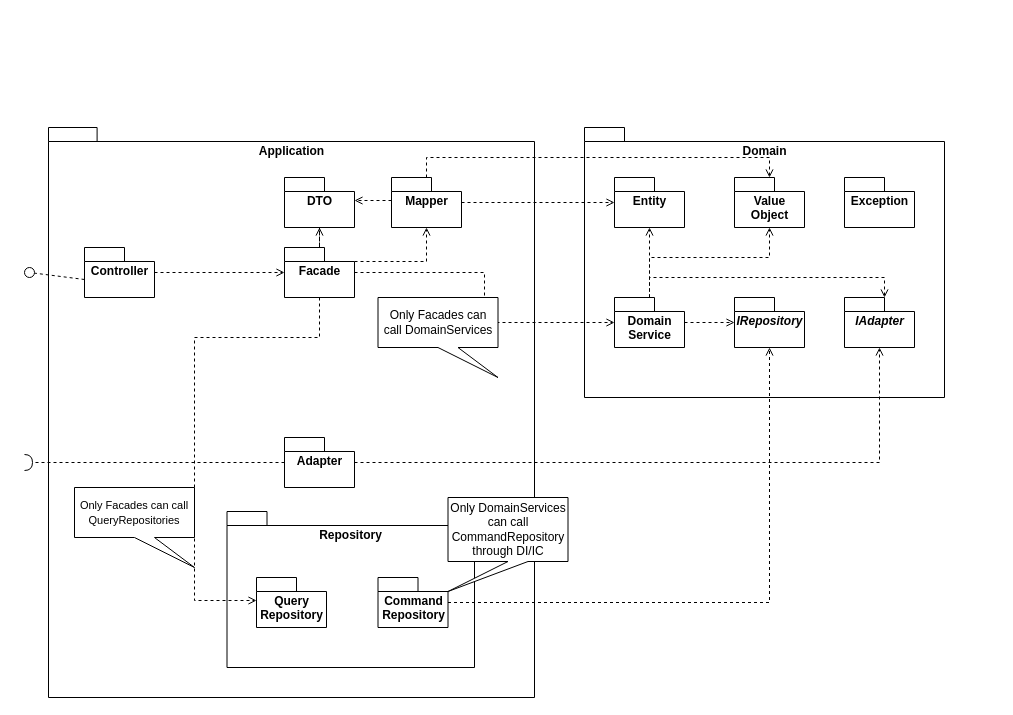
Above: doc/Layers.drawio in ajleandroaj/house-bills (draw.io), before the change. Source tidied: cells renumbered, new cells numbered last; positions are measured from the earlier drawing's top-left corner, leaving out a move shared by most shapes. Both pictures are drawn from the tidied source at 100%, with x=0, y=0 at pixel (24, 127).
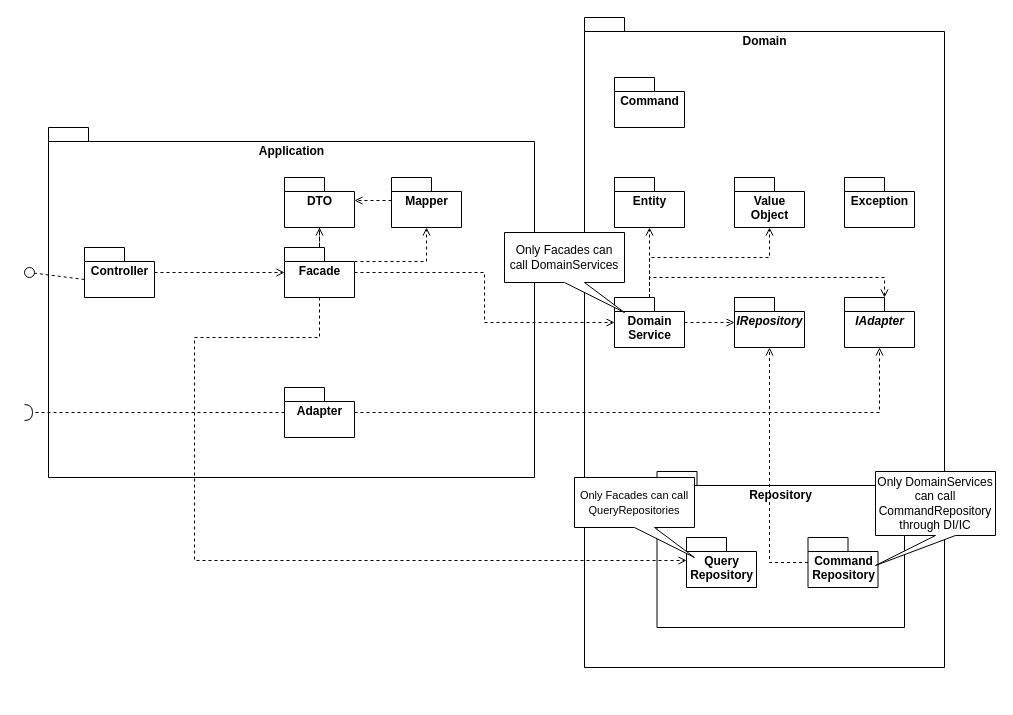
The same diagram, later.

The change refers to these unchanged cells:
```xml
<mxCell id="9" value="Facade" style="shape=folder;fontStyle=1;spacingTop=10;tabWidth=40;tabHeight=14;tabPosition=left;html=1;verticalAlign=top;" parent="1" vertex="1">
  <mxGeometry x="260" y="120" width="70" height="50" as="geometry" />
</mxCell>
<mxCell id="12" value="Mapper" style="shape=folder;fontStyle=1;spacingTop=10;tabWidth=40;tabHeight=14;tabPosition=left;html=1;verticalAlign=top;" parent="1" vertex="1">
  <mxGeometry x="367" y="50" width="70" height="50" as="geometry" />
</mxCell>
<mxCell id="18" value="Entity" style="shape=folder;fontStyle=1;spacingTop=10;tabWidth=40;tabHeight=14;tabPosition=left;html=1;verticalAlign=top;" parent="1" vertex="1">
  <mxGeometry x="590" y="50" width="70" height="50" as="geometry" />
</mxCell>
<mxCell id="19" value="Value&lt;br&gt;Object" style="shape=folder;fontStyle=1;spacingTop=10;tabWidth=40;tabHeight=14;tabPosition=left;html=1;verticalAlign=top;" parent="1" vertex="1">
  <mxGeometry x="710" y="50" width="70" height="50" as="geometry" />
</mxCell>
```

Diff of the diagram source:
```diff
@@
     <mxCell id="2" value="Domain" style="shape=folder;fontStyle=1;spacingTop=10;tabWidth=40;tabHeight=14;tabPosition=left;html=1;verticalAlign=top;" parent="1" vertex="1">
-      <mxGeometry x="560" width="360" height="270" as="geometry" />
+      <mxGeometry x="560" y="-110" width="360" height="650" as="geometry" />
     </mxCell>
     <mxCell id="3" value="Application" style="shape=folder;fontStyle=1;spacingTop=10;tabWidth=40;tabHeight=14;tabPosition=left;html=1;verticalAlign=top;" parent="1" vertex="1">
-      <mxGeometry x="24" width="486" height="570" as="geometry" />
+      <mxGeometry x="24" width="486" height="350" as="geometry" />
     </mxCell>
@@
-    <mxCell id="11" style="edgeStyle=orthogonalEdgeStyle;rounded=0;jettySize=auto;html=1;dashed=1;endArrow=open;endFill=0;" parent="1" edge="1" source="12" target="19">
-      <mxGeometry relative="1" as="geometry">
-        <Array as="points">
-          <mxPoint x="402" y="30" />
-          <mxPoint x="745" y="30" />
-        </Array>
-      </mxGeometry>
-    </mxCell>
@@
     <mxCell id="23" value="Adapter" style="shape=folder;fontStyle=1;spacingTop=10;tabWidth=40;tabHeight=14;tabPosition=left;html=1;verticalAlign=top;" parent="1" vertex="1">
-      <mxGeometry x="260" y="310" width="70" height="50" as="geometry" />
+      <mxGeometry x="260" y="260" width="70" height="50" as="geometry" />
     </mxCell>
     <mxCell id="24" value="Repository" style="shape=folder;fontStyle=1;spacingTop=10;tabWidth=40;tabHeight=14;tabPosition=left;html=1;verticalAlign=top;" parent="1" vertex="1">
-      <mxGeometry x="202.5" y="384" width="247.5" height="156" as="geometry" />
+      <mxGeometry x="632.5" y="344" width="247.5" height="156" as="geometry" />
     </mxCell>
@@
     <mxCell id="26" value="Command&lt;br&gt;Repository" style="shape=folder;fontStyle=1;spacingTop=10;tabWidth=40;tabHeight=14;tabPosition=left;html=1;verticalAlign=top;" parent="1" vertex="1">
-      <mxGeometry x="353.5" y="450" width="70" height="50" as="geometry" />
+      <mxGeometry x="783.5" y="410" width="70" height="50" as="geometry" />
     </mxCell>
     <mxCell id="27" value="Query&lt;br&gt;Repository" style="shape=folder;fontStyle=1;spacingTop=10;tabWidth=40;tabHeight=14;tabPosition=left;html=1;verticalAlign=top;" parent="1" vertex="1">
-      <mxGeometry x="232" y="450" width="70" height="50" as="geometry" />
+      <mxGeometry x="662" y="410" width="70" height="50" as="geometry" />
     </mxCell>
@@
     <mxCell id="29" style="edgeStyle=orthogonalEdgeStyle;rounded=0;jettySize=auto;html=1;entryX=0;entryY=0;entryDx=0;entryDy=23;entryPerimeter=0;dashed=1;endArrow=open;endFill=0;fillColor=#d5e8d4;strokeColor=#000000;" parent="1" edge="1" source="9" target="27">
       <mxGeometry relative="1" as="geometry">
         <Array as="points">
           <mxPoint x="295" y="210" />
           <mxPoint x="170" y="210" />
-          <mxPoint x="170" y="473" />
+          <mxPoint x="170" y="433" />
         </Array>
       </mxGeometry>
     </mxCell>
     <mxCell id="30" style="rounded=0;jettySize=auto;html=1;endArrow=halfCircle;endFill=0;endSize=6;strokeWidth=1;sketch=0;dashed=1;" parent="1" edge="1" source="23">
       <mxGeometry relative="1" as="geometry">
-        <mxPoint y="335" as="targetPoint" />
+        <mxPoint y="285" as="targetPoint" />
       </mxGeometry>
     </mxCell>
@@
-    <mxCell id="33" style="edgeStyle=orthogonalEdgeStyle;rounded=0;jettySize=auto;html=1;dashed=1;endArrow=open;endFill=0;" parent="1" edge="1" source="12" target="18">
-      <mxGeometry relative="1" as="geometry" />
-    </mxCell>
     <mxCell id="34" value="&lt;span style=&quot;font-size: 11px ; background-color: rgb(255 , 255 , 255)&quot;&gt;Only Facades can call&lt;/span&gt;&lt;br style=&quot;font-size: 11px&quot;&gt;&lt;span style=&quot;font-size: 11px ; background-color: rgb(255 , 255 , 255)&quot;&gt;QueryRepositories&lt;/span&gt;" style="shape=callout;whiteSpace=wrap;html=1;perimeter=calloutPerimeter;position2=1;" parent="1" vertex="1">
-      <mxGeometry x="50" y="360" width="120" height="80" as="geometry" />
+      <mxGeometry x="550" y="350" width="120" height="80" as="geometry" />
     </mxCell>
     <mxCell id="35" value="Only DomainServices can call CommandRepository through DI/IC" style="shape=callout;whiteSpace=wrap;html=1;perimeter=calloutPerimeter;position2=0;" parent="1" vertex="1">
-      <mxGeometry x="423.5" y="370" width="120" height="94" as="geometry" />
+      <mxGeometry x="851" y="344" width="120" height="94" as="geometry" />
     </mxCell>
     <mxCell id="36" value="Only Facades can call DomainServices" style="shape=callout;whiteSpace=wrap;html=1;perimeter=calloutPerimeter;position2=1;" parent="1" vertex="1">
-      <mxGeometry x="353.5" y="170" width="120" height="80" as="geometry" />
+      <mxGeometry x="480" y="105" width="120" height="80" as="geometry" />
     </mxCell>
@@
+    <mxCell id="38" value="Command" style="shape=folder;fontStyle=1;spacingTop=10;tabWidth=40;tabHeight=14;tabPosition=left;html=1;verticalAlign=top;" parent="1" vertex="1">
+      <mxGeometry x="590" y="-50" width="70" height="50" as="geometry" />
+    </mxCell>
```
